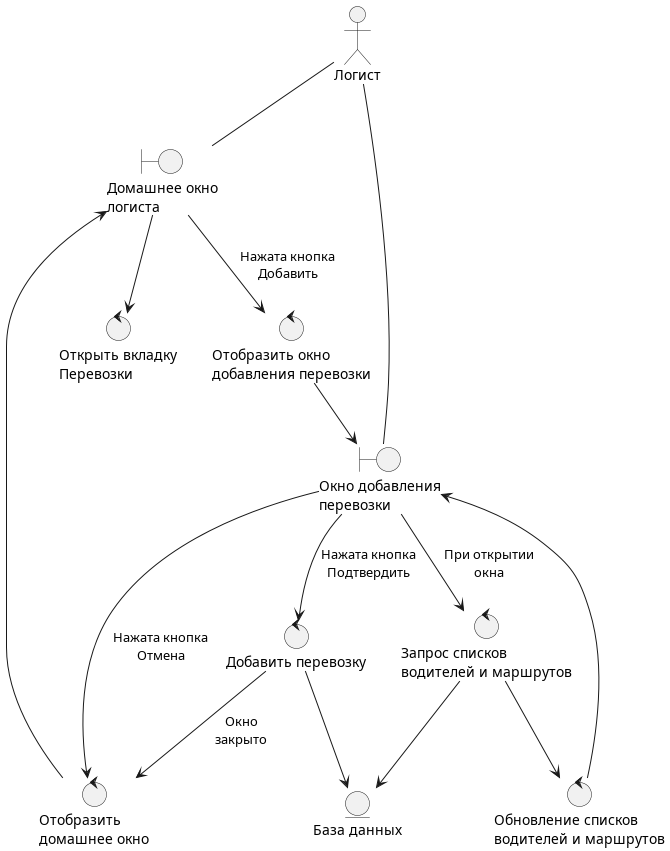
Earlier version of the PlantUML export robustness/add_transp_two_drivers.png (gur7en/kp4). Its diagram source:
```plantuml
@startuml

actor "Логист" as logist

entity "База данных" as db

boundary "Домашнее окно\nлогиста" as w_home
control "Отобразить\nдомашнее окно" as dw_home
control "Открыть вкладку\nПеревозки" as ot_transp

boundary "Окно добавления\nперевозки" as w_addtran
control "Отобразить окно\nдобавления перевозки" as dw_addtran
control "Запрос списков\nводителей и маршрутов" as get_drv_transp
control "Обновление списков\nводителей и маршрутов" as upd_drv_transp
control "Добавить перевозку" as add_tran


logist -- w_home
logist -- w_addtran

w_home --> ot_transp
dw_home --> w_home

w_home --> dw_addtran : "Нажата кнопка\nДобавить"
dw_addtran --> w_addtran

w_addtran --> get_drv_transp : "При открытии\nокна"
get_drv_transp --> upd_drv_transp
upd_drv_transp --> w_addtran
w_addtran --> add_tran : "Нажата кнопка\nПодтвердить"
w_addtran --> dw_home : "Нажата кнопка\nОтмена"
add_tran --> dw_home : "Окно\nзакрыто"

add_tran --> db
get_drv_transp --> db

@enduml
```
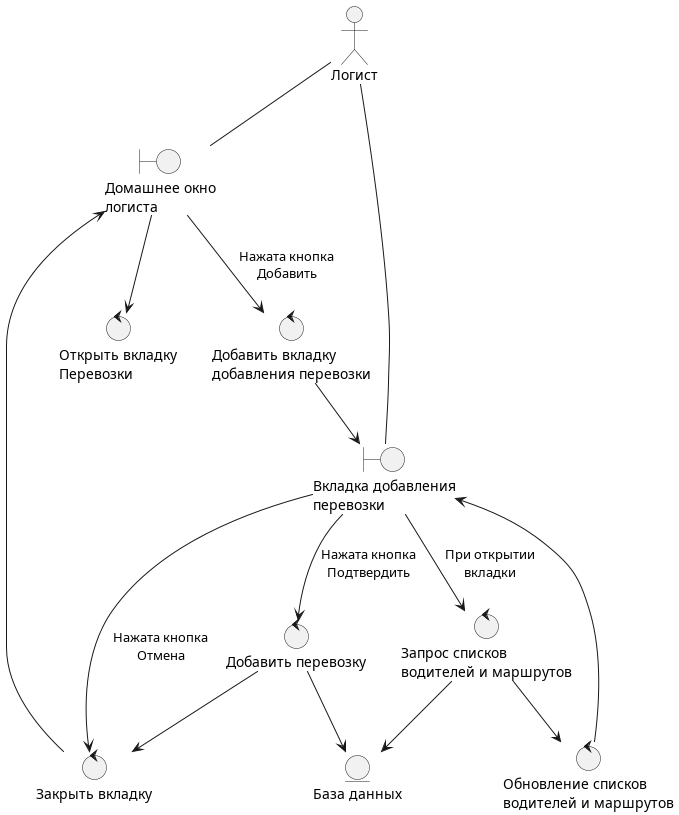
After the change.

Change to the diagram source:
```diff
@@ -5,33 +5,33 @@
 entity "База данных" as db
 
 boundary "Домашнее окно\nлогиста" as w_home
-control "Отобразить\nдомашнее окно" as dw_home
-control "Открыть вкладку\nПеревозки" as ot_transp
+control "Закрыть вкладку" as ct_addtran
+control "Открыть вкладку\nПеревозки" as ot_tran
 
-boundary "Окно добавления\nперевозки" as w_addtran
-control "Отобразить окно\nдобавления перевозки" as dw_addtran
-control "Запрос списков\nводителей и маршрутов" as get_drv_transp
-control "Обновление списков\nводителей и маршрутов" as upd_drv_transp
+boundary "Вкладка добавления\nперевозки" as t_addtran
+control "Добавить вкладку\nдобавления перевозки" as at_addtran
+control "Запрос списков\nводителей и маршрутов" as get_drv_tran
+control "Обновление списков\nводителей и маршрутов" as upd_drv_tran
 control "Добавить перевозку" as add_tran
 
 
 logist -- w_home
-logist -- w_addtran
+logist -- t_addtran
 
-w_home --> ot_transp
-dw_home --> w_home
+w_home --> ot_tran
+ct_addtran --> w_home
 
-w_home --> dw_addtran : "Нажата кнопка\nДобавить"
-dw_addtran --> w_addtran
+w_home --> at_addtran : "Нажата кнопка\nДобавить"
+at_addtran --> t_addtran
 
-w_addtran --> get_drv_transp : "При открытии\nокна"
-get_drv_transp --> upd_drv_transp
-upd_drv_transp --> w_addtran
-w_addtran --> add_tran : "Нажата кнопка\nПодтвердить"
-w_addtran --> dw_home : "Нажата кнопка\nОтмена"
-add_tran --> dw_home : "Окно\nзакрыто"
+t_addtran --> get_drv_tran : "При открытии\nвкладки"
+get_drv_tran --> upd_drv_tran
+upd_drv_tran --> t_addtran
+t_addtran --> add_tran : "Нажата кнопка\nПодтвердить"
+t_addtran --> ct_addtran : "Нажата кнопка\nОтмена"
+add_tran --> ct_addtran
 
 add_tran --> db
-get_drv_transp --> db
+get_drv_tran --> db
 
 @enduml
```
